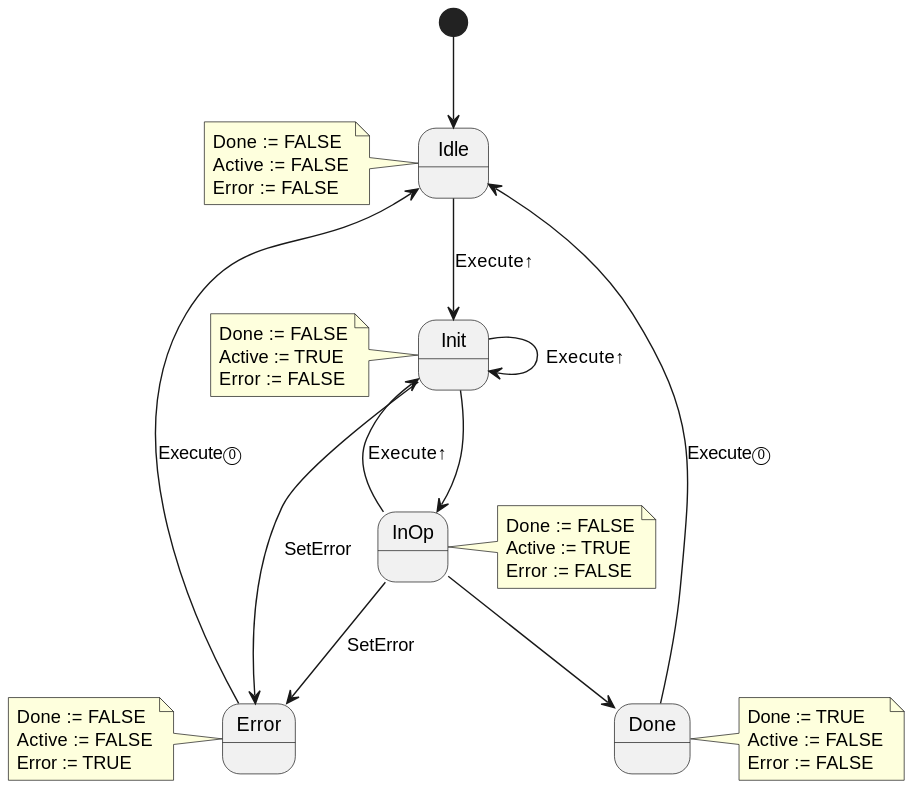
Earlier version of the PlantUML export puml/ExecuteDoneBase/ExecuteDoneBase.svg (hei-synd-autb/autb-lab-04). Its diagram source:
```plantuml
@startuml
[*] --> Idle
Idle --> Init : Execute↑
note left of Idle
    Done := FALSE
    Active := FALSE
    Error := FALSE
end note

Init --> Init : Execute↑
Init --> Error : SetError
Init --> InOp
note left of Init
    Done := FALSE
    Active := TRUE
    Error := FALSE
end note


InOp --> Init : Execute↑
InOp --> Done
InOp --> Error : SetError
note right of InOp
    Done := FALSE
    Active := TRUE
    Error := FALSE
end note

Error --> Idle : Execute⓪
note left of Error
    Done := FALSE
    Active := FALSE
    Error := TRUE
end note

Done --> Idle : Execute⓪
note right of Done
    Done := TRUE
    Active := FALSE
    Error := FALSE
end note
@enduml
```
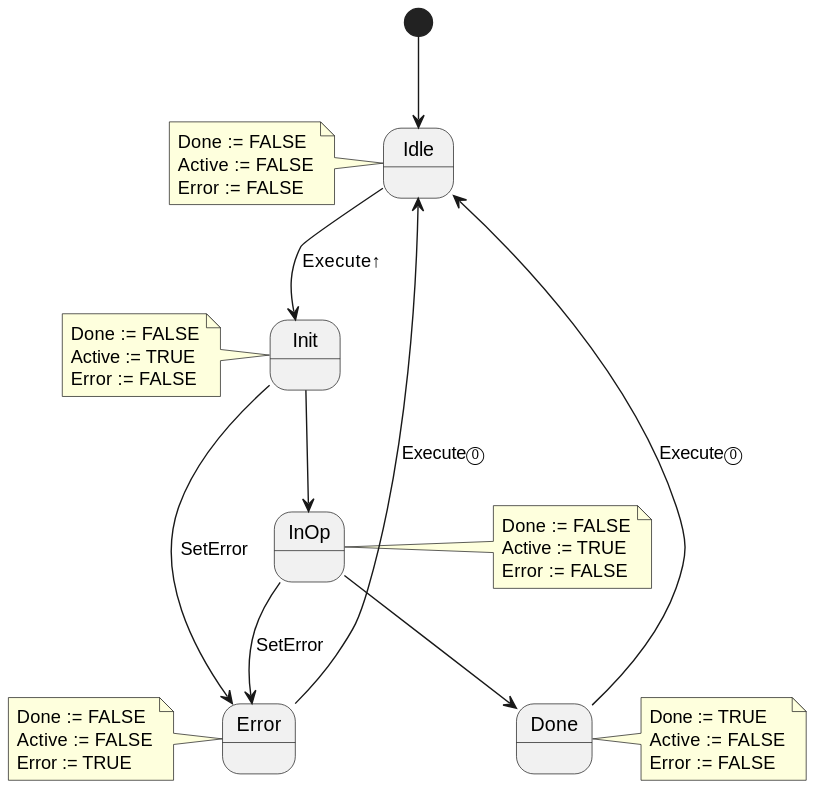
After the change.

Commit message:
Remove Execute in Init and InOp

The edit, as a diff of the source:
```diff
@@ -7,7 +7,6 @@
     Error := FALSE
 end note
 
-Init --> Init : Execute↑
 Init --> Error : SetError
 Init --> InOp
 note left of Init
@@ -16,8 +15,6 @@
     Error := FALSE
 end note
 
-
-InOp --> Init : Execute↑
 InOp --> Done
 InOp --> Error : SetError
 note right of InOp
```
